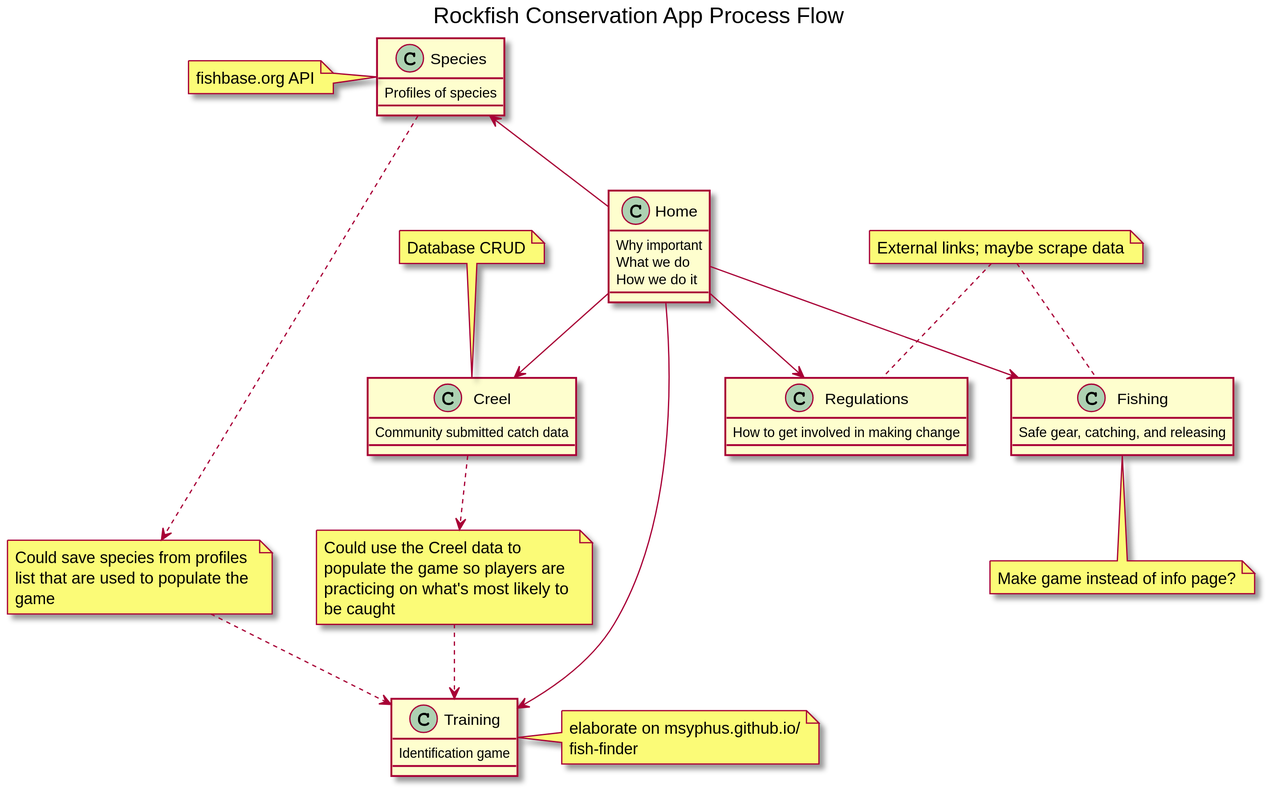
Before: out/client/processFlow/processFlow.svg, a diagram exported from PlantUML (cftgithub/rockfish-conservation).
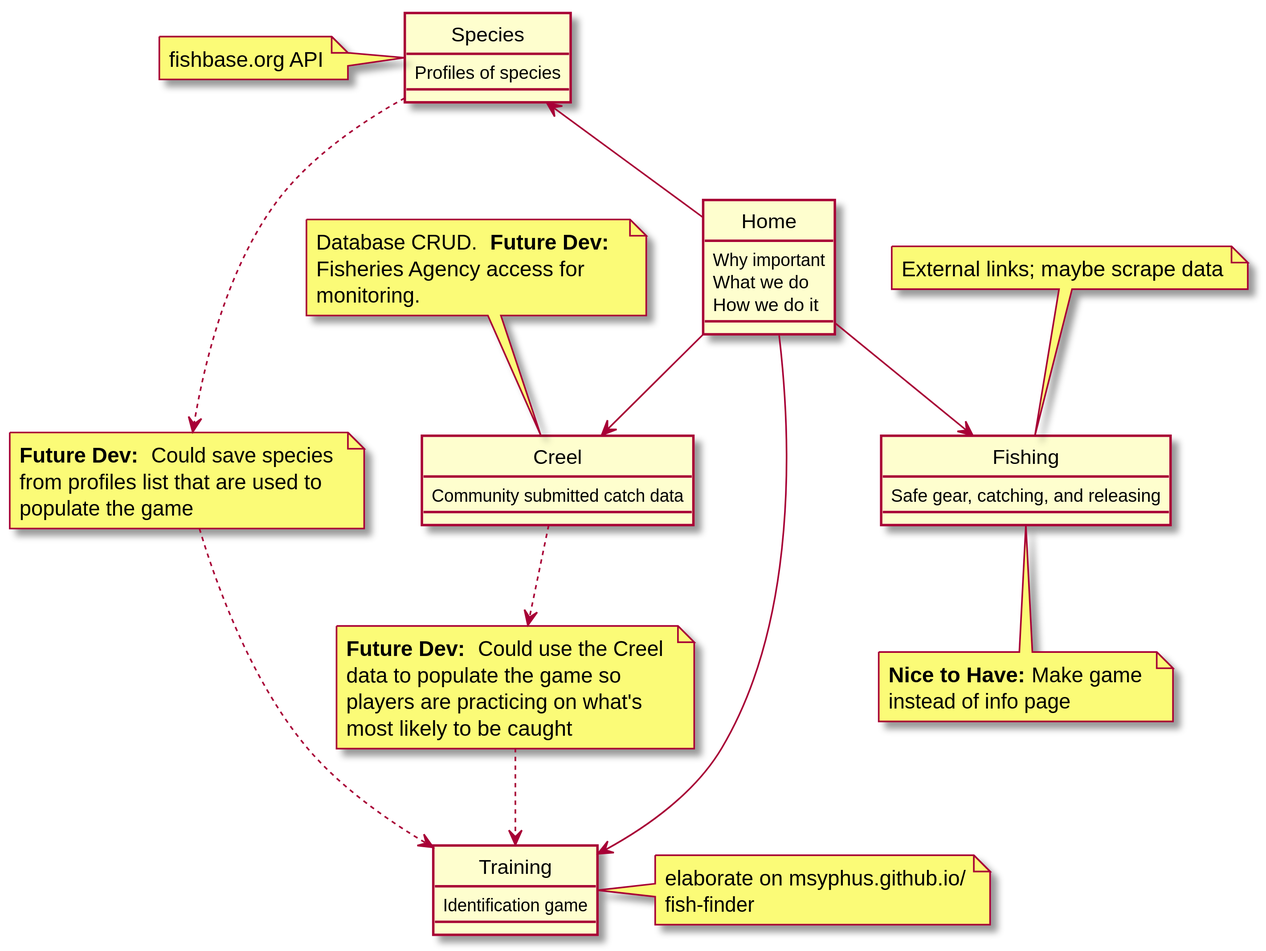
After the change.

Commit message:
added data flow diagram, edited architecture, updated readme

What changed in the source:
```diff
@@ -4,8 +4,6 @@
 skinparam wrapwidth 200
 skinparam maxMessageSize 500
 skinparam backgroundColor #FFFFFF
-
-title Rockfish Conservation App Process Flow
 
 class Home {
     Why important
@@ -32,25 +30,22 @@
     Safe gear, catching, and releasing
 }
 
-class Regulations {
-    How to get involved in making change
-}
+hide circle
+
 
 Home-->Creel
 Species<--Home
 Training<--Home
 Home-->Fishing
-Home-->Regulations
 
 note left of Species: fishbase.org API
 note right of Training: elaborate on msyphus.github.io/fish-finder
-note top of Creel: Database CRUD
-note bottom of Fishing: Make game instead of info page?
+note top of Creel: Database CRUD.  <b>Future Dev:</b>  Fisheries Agency access for monitoring.
+note bottom of Fishing: <b>Nice to Have:</b> Make game instead of info page
 note "External links; maybe scrape data" as data
-note "Could save species from profiles list that are used to populate the game" as idea1
-note "Could use the Creel data to populate the game so players are practicing on what's most likely to be caught" as idea2
+note "<b>Future Dev:</b>  Could save species from profiles list that are used to populate the game" as idea1
+note "<b>Future Dev:</b>  Could use the Creel data to populate the game so players are practicing on what's most likely to be caught" as idea2
 data .. Fishing
-data .. Regulations
 Species ..> idea1
 idea1 ..> Training
 Creel ..> idea2
```
